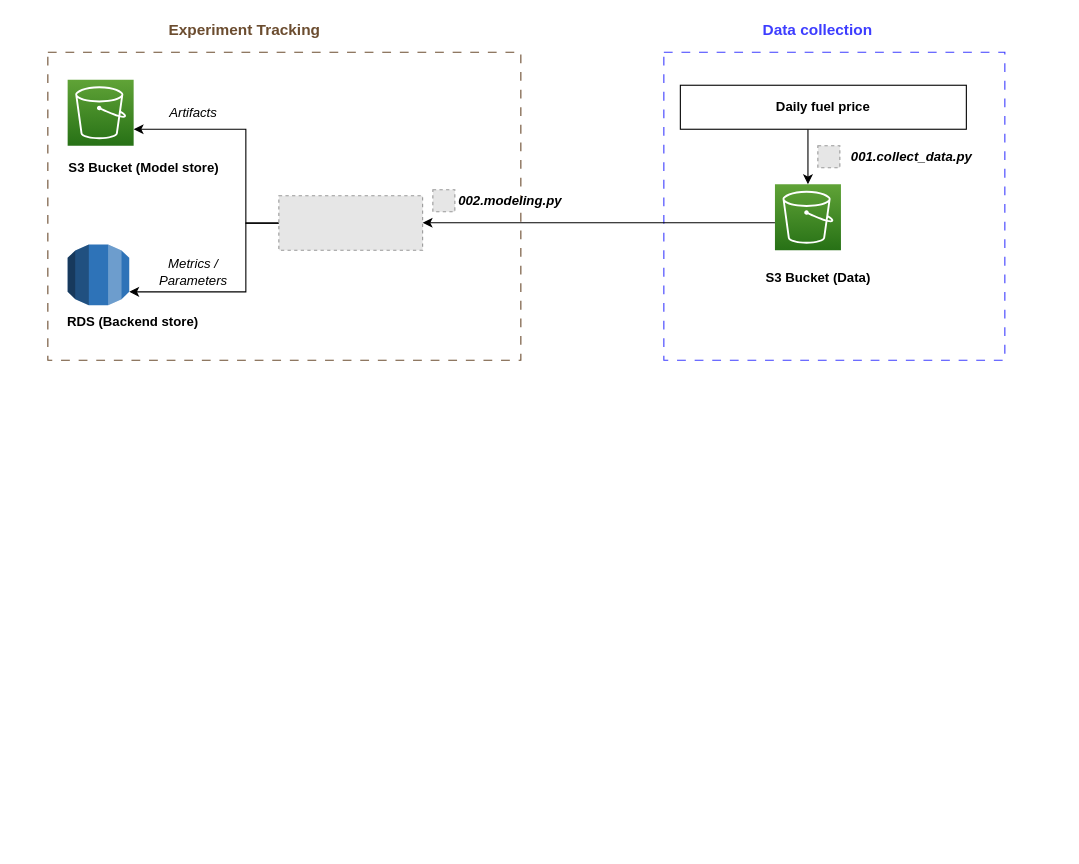
Nell87/forecasting_fuelprice keeps this draw.io diagram as src/architecture.drawio. Above is the earlier version. Source tidied: cells renumbered, new cells numbered last; positions are measured from the earlier drawing's top-left corner, leaving out a move shared by most shapes. Both pictures are drawn from the tidied source at 110%, with x=0, y=0 at pixel (47, 19). Pictures stored in the file or linked from it are replaced by grey dashed boxes.
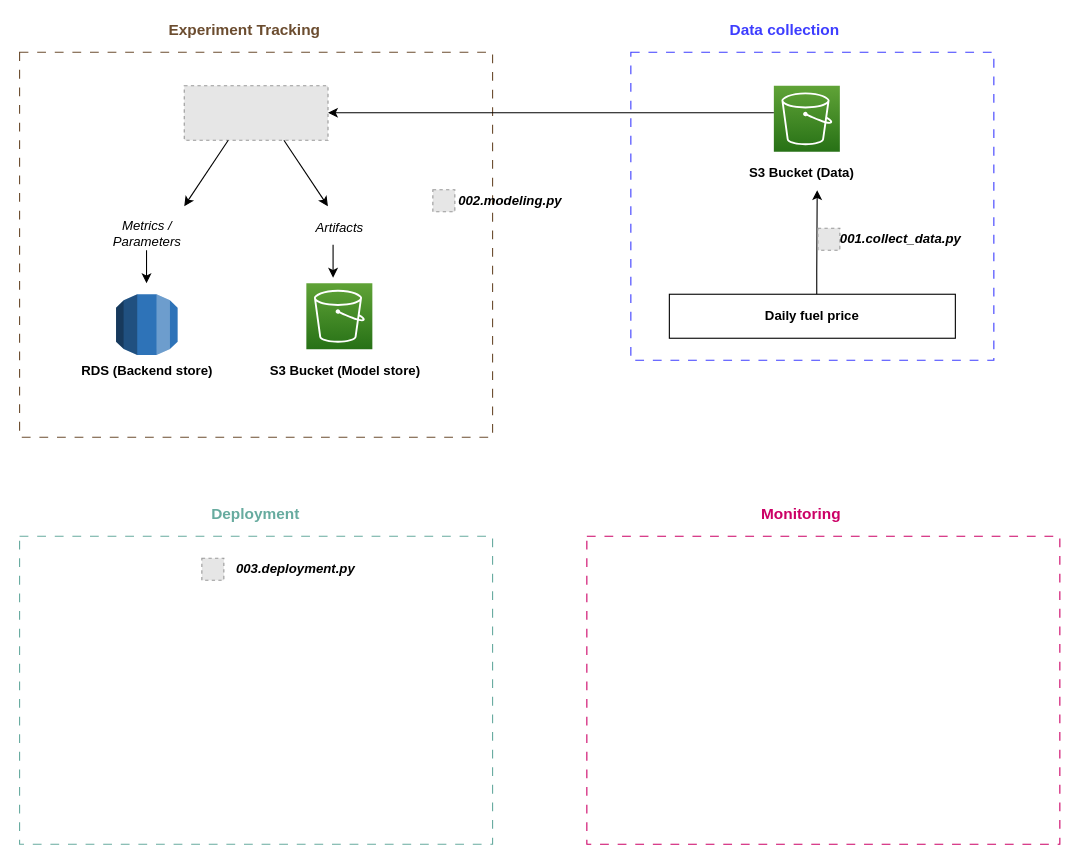
The same page after the edit.

Change to the diagram source:
```diff
@@
     <mxCell id="2" style="rounded=0;whiteSpace=wrap;html=1;dashed=1;dashPattern=8 8;strokeColor=#3D3DFF;" parent="1" vertex="1">
-      <mxGeometry x="560" y="30" width="310" height="280" as="geometry" />
+      <mxGeometry x="530" y="30" width="330" height="280" as="geometry" />
     </mxCell>
     <mxCell id="3" style="sketch=0;points=[[0,0,0],[0.25,0,0],[0.5,0,0],[0.75,0,0],[1,0,0],[0,1,0],[0.25,1,0],[0.5,1,0],[0.75,1,0],[1,1,0],[0,0.25,0],[0,0.5,0],[0,0.75,0],[1,0.25,0],[1,0.5,0],[1,0.75,0]];outlineConnect=0;fontColor=#232F3E;gradientColor=#60A337;gradientDirection=north;fillColor=#277116;strokeColor=#ffffff;dashed=0;verticalLabelPosition=bottom;verticalAlign=top;align=center;html=1;fontSize=12;fontStyle=0;shape=mxgraph.aws4.resourceIcon;resIcon=mxgraph.aws4.s3;" parent="1" vertex="1">
-      <mxGeometry x="661" y="150" width="60" height="60" as="geometry" />
+      <mxGeometry x="660" y="60.5" width="60" height="60" as="geometry" />
     </mxCell>
     <mxCell id="4" value="&lt;b&gt;S3 Bucket (Data)&lt;br&gt;&lt;/b&gt;" style="text;html=1;align=center;verticalAlign=middle;points=[];strokeColor=none;fillColor=none;" parent="1" vertex="1">
-      <mxGeometry x="640" y="220" width="120" height="30" as="geometry" />
+      <mxGeometry x="625" y="125" width="120" height="30" as="geometry" />
     </mxCell>
     <mxCell id="5" value="&lt;b&gt;&lt;font color=&quot;#3d3dff&quot; style=&quot;font-size: 14px;&quot;&gt;Data collection&lt;/font&gt;&lt;/b&gt;" style="text;html=1;strokeColor=none;fillColor=none;align=center;verticalAlign=middle;whiteSpace=wrap;rounded=0;" parent="1" vertex="1">
-      <mxGeometry x="620" width="160" height="20" as="geometry" />
+      <mxGeometry x="590" width="160" height="20" as="geometry" />
     </mxCell>
-    <mxCell id="6" style="edgeStyle=orthogonalEdgeStyle;rounded=0;jettySize=auto;html=1;" parent="1" edge="1" source="7" target="3">
-      <mxGeometry relative="1" as="geometry">
-        <Array as="points">
-          <mxPoint x="691" y="120" />
-          <mxPoint x="691" y="120" />
-        </Array>
-      </mxGeometry>
-    </mxCell>
+    <mxCell id="24" style="edgeStyle=orthogonalEdgeStyle;rounded=0;jettySize=auto;html=1;entryX=0.62;entryY=1.013;entryDx=0;entryDy=0;entryPerimeter=0;" parent="1" edge="1" source="7" target="4">
+      <mxGeometry relative="1" as="geometry">
+        <Array as="points">
+          <mxPoint x="699" y="230" />
+          <mxPoint x="699" y="230" />
+        </Array>
+      </mxGeometry>
+    </mxCell>
     <mxCell id="7" value="&lt;b&gt;Daily fuel price&lt;/b&gt;" style="rounded=0;whiteSpace=wrap;html=1;" parent="1" vertex="1">
-      <mxGeometry x="575" y="60" width="260" height="40" as="geometry" />
+      <mxGeometry x="565" y="250" width="260" height="40" as="geometry" />
     </mxCell>
@@
     <mxCell id="9" style="rounded=0;whiteSpace=wrap;html=1;dashed=1;dashPattern=8 8;strokeColor=#6B4C2F;" parent="1" vertex="1">
-      <mxGeometry y="30" width="430" height="280" as="geometry" />
+      <mxGeometry x="-25.7" y="30" width="430" height="350" as="geometry" />
     </mxCell>
     <mxCell id="10" style="fillColor=#E6E6E6;strokeColor=#999999;dashed=1;html=1;verticalAlign=top;verticalLabelPosition=bottom;labelBackgroundColor=#ffffff;" parent="1" vertex="1">
-      <mxGeometry x="700" y="115" width="20" height="20" as="geometry" />
+      <mxGeometry x="700" y="190" width="20" height="20" as="geometry" />
     </mxCell>
     <mxCell id="11" value="&lt;i&gt;&lt;b&gt;001.collect_data.py&lt;/b&gt;&lt;/i&gt;" style="text;html=1;align=center;verticalAlign=middle;strokeColor=none;fillColor=none;" parent="1" vertex="1">
-      <mxGeometry x="720" y="110" width="130" height="30" as="geometry" />
+      <mxGeometry x="710" y="185" width="130" height="30" as="geometry" />
     </mxCell>
-    <mxCell id="12" style="edgeStyle=orthogonalEdgeStyle;rounded=0;jettySize=auto;html=1;entryX=1;entryY=0.75;entryDx=0;entryDy=0;entryPerimeter=0;" parent="1" edge="1" source="14" target="17">
-      <mxGeometry relative="1" as="geometry">
-        <Array as="points">
-          <mxPoint x="180" y="185" />
-          <mxPoint x="180" y="100" />
-        </Array>
-      </mxGeometry>
-    </mxCell>
-    <mxCell id="13" style="edgeStyle=orthogonalEdgeStyle;rounded=0;jettySize=auto;html=1;entryX=1;entryY=0.78;entryDx=0;entryDy=0;entryPerimeter=0;" parent="1" edge="1" source="14" target="20">
-      <mxGeometry relative="1" as="geometry">
-        <Array as="points">
-          <mxPoint x="180" y="185" />
-          <mxPoint x="180" y="248" />
-        </Array>
-      </mxGeometry>
-    </mxCell>
     <mxCell id="14" style="fillColor=#E6E6E6;strokeColor=#999999;dashed=1;verticalLabelPosition=bottom;labelBackgroundColor=default;verticalAlign=top;" parent="1" vertex="1">
-      <mxGeometry x="210" y="160.5" width="130.7" height="49.5" as="geometry" />
+      <mxGeometry x="124" y="60.5" width="130.7" height="49.5" as="geometry" />
     </mxCell>
@@
     <mxCell id="17" style="sketch=0;points=[[0,0,0],[0.25,0,0],[0.5,0,0],[0.75,0,0],[1,0,0],[0,1,0],[0.25,1,0],[0.5,1,0],[0.75,1,0],[1,1,0],[0,0.25,0],[0,0.5,0],[0,0.75,0],[1,0.25,0],[1,0.5,0],[1,0.75,0]];outlineConnect=0;fontColor=#232F3E;gradientColor=#60A337;gradientDirection=north;fillColor=#277116;strokeColor=#ffffff;dashed=0;verticalLabelPosition=bottom;verticalAlign=top;align=center;html=1;fontSize=12;fontStyle=0;shape=mxgraph.aws4.resourceIcon;resIcon=mxgraph.aws4.s3;" parent="1" vertex="1">
-      <mxGeometry x="18" y="55" width="60" height="60" as="geometry" />
+      <mxGeometry x="235" y="240" width="60" height="60" as="geometry" />
     </mxCell>
     <mxCell id="18" value="&lt;b&gt;S3 Bucket (Model store)&lt;br&gt;&lt;/b&gt;" style="text;html=1;align=center;verticalAlign=middle;strokeColor=none;fillColor=none;" parent="1" vertex="1">
-      <mxGeometry x="7" y="120" width="160" height="30" as="geometry" />
+      <mxGeometry x="190" y="305.3" width="160" height="30" as="geometry" />
     </mxCell>
     <mxCell id="19" style="edgeStyle=orthogonalEdgeStyle;rounded=0;jettySize=auto;html=1;" parent="1" edge="1" source="3" target="14">
       <mxGeometry relative="1" as="geometry">
         <Array as="points">
-          <mxPoint x="520" y="185" />
-          <mxPoint x="520" y="185" />
+          <mxPoint x="560" y="85" />
+          <mxPoint x="560" y="85" />
         </Array>
       </mxGeometry>
     </mxCell>
     <mxCell id="20" style="outlineConnect=0;dashed=0;verticalLabelPosition=bottom;verticalAlign=top;align=center;html=1;shape=mxgraph.aws3.rds;fillColor=#2E73B8;gradientColor=none;" parent="1" vertex="1">
-      <mxGeometry x="18" y="204.7" width="56" height="55.3" as="geometry" />
+      <mxGeometry x="62" y="250" width="56" height="55.3" as="geometry" />
     </mxCell>
     <mxCell id="21" value="&lt;b&gt;RDS (Backend store)&lt;br&gt;&lt;/b&gt;" style="text;html=1;align=center;verticalAlign=middle;strokeColor=none;fillColor=none;" parent="1" vertex="1">
-      <mxGeometry x="7" y="260" width="140" height="30" as="geometry" />
+      <mxGeometry x="20" y="305.3" width="140" height="30" as="geometry" />
     </mxCell>
     <mxCell id="22" value="&lt;i&gt;Artifacts&lt;/i&gt;" style="text;html=1;align=center;verticalAlign=middle;strokeColor=none;fillColor=none;" parent="1" vertex="1">
-      <mxGeometry x="97" y="70" width="70" height="30" as="geometry" />
+      <mxGeometry x="230" y="175" width="70" height="30" as="geometry" />
     </mxCell>
     <mxCell id="23" value="&lt;i&gt;Metrics / &lt;br&gt;Parameters&lt;/i&gt;" style="text;html=1;align=center;verticalAlign=middle;strokeColor=none;fillColor=none;" parent="1" vertex="1">
-      <mxGeometry x="87" y="210" width="90" height="40" as="geometry" />
+      <mxGeometry x="45" y="175" width="90" height="40" as="geometry" />
     </mxCell>
+    <mxCell id="25" style="rounded=0;whiteSpace=wrap;html=1;dashed=1;dashPattern=8 8;strokeColor=#67AB9F;" parent="1" vertex="1">
+      <mxGeometry x="-25.7" y="470" width="430" height="280" as="geometry" />
+    </mxCell>
+    <mxCell id="26" value="&lt;b&gt;&lt;font color=&quot;#67ab9f&quot; style=&quot;font-size: 14px;&quot;&gt;Deployment&lt;/font&gt;&lt;/b&gt;" style="text;html=1;strokeColor=none;fillColor=none;align=center;verticalAlign=middle;whiteSpace=wrap;rounded=0;" parent="1" vertex="1">
+      <mxGeometry x="109.3" y="440" width="160" height="20" as="geometry" />
+    </mxCell>
+    <mxCell id="27" style="fillColor=#E6E6E6;strokeColor=#999999;dashed=1;html=1;verticalAlign=top;verticalLabelPosition=bottom;labelBackgroundColor=#ffffff;" parent="1" vertex="1">
+      <mxGeometry x="140" y="490" width="20" height="20" as="geometry" />
+    </mxCell>
+    <mxCell id="28" value="&lt;i&gt;&lt;b&gt;003.deployment.py&lt;/b&gt;&lt;/i&gt;" style="text;html=1;align=center;verticalAlign=middle;strokeColor=none;fillColor=none;" parent="1" vertex="1">
+      <mxGeometry x="160" y="485" width="130" height="30" as="geometry" />
+    </mxCell>
+    <mxCell id="29" value="&lt;b&gt;&lt;font color=&quot;#cc0066&quot; style=&quot;font-size: 14px;&quot;&gt;Monitoring&lt;/font&gt;&lt;/b&gt;" style="text;html=1;strokeColor=none;fillColor=none;align=center;verticalAlign=middle;whiteSpace=wrap;rounded=0;" parent="1" vertex="1">
+      <mxGeometry x="605" y="440" width="160" height="20" as="geometry" />
+    </mxCell>
+    <mxCell id="30" style="rounded=0;whiteSpace=wrap;html=1;dashed=1;dashPattern=8 8;strokeColor=#CC0066;" parent="1" vertex="1">
+      <mxGeometry x="490" y="470" width="430" height="280" as="geometry" />
+    </mxCell>
+    <mxCell id="31" style="endArrow=classic;html=1;rounded=0;" parent="1" edge="1">
+      <mxGeometry relative="1" as="geometry">
+        <mxPoint x="164" y="110" as="sourcePoint" />
+        <mxPoint x="124" y="170" as="targetPoint" />
+      </mxGeometry>
+    </mxCell>
+    <mxCell id="32" style="endArrow=classic;html=1;rounded=0;" parent="1" edge="1">
+      <mxGeometry relative="1" as="geometry">
+        <mxPoint x="214.6" y="110" as="sourcePoint" />
+        <mxPoint x="254.6" y="170" as="targetPoint" />
+      </mxGeometry>
+    </mxCell>
+    <mxCell id="33" style="endArrow=classic;html=1;rounded=0;" parent="1" edge="1">
+      <mxGeometry relative="1" as="geometry">
+        <mxPoint x="259.3" y="205" as="sourcePoint" />
+        <mxPoint x="259.3" y="235" as="targetPoint" />
+      </mxGeometry>
+    </mxCell>
+    <mxCell id="34" style="endArrow=classic;html=1;rounded=0;" parent="1" edge="1">
+      <mxGeometry relative="1" as="geometry">
+        <mxPoint x="89.7" y="210" as="sourcePoint" />
+        <mxPoint x="89.7" y="240" as="targetPoint" />
+      </mxGeometry>
+    </mxCell>
```
